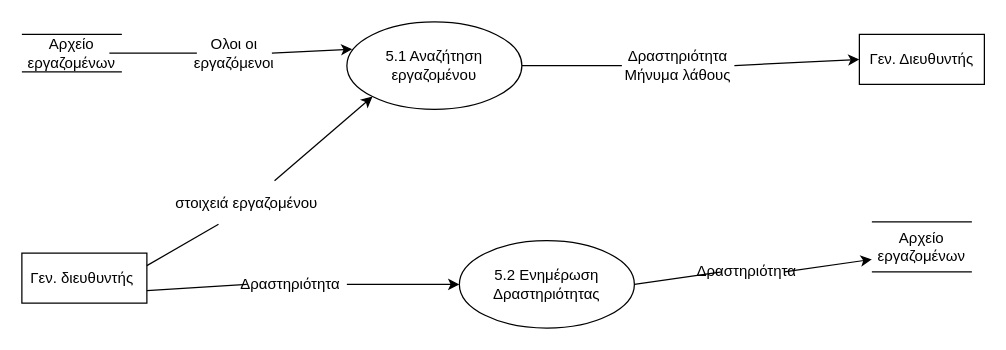
The draw.io diagram drd2a.drawio in vag4me/Information_system, before the edit. Source tidied: cells renumbered, new cells numbered last; positions are measured from the earlier drawing's top-left corner, leaving out a move shared by most shapes. Both pictures are drawn from the tidied source at 125%, with x=0, y=0 at pixel (21, 21).
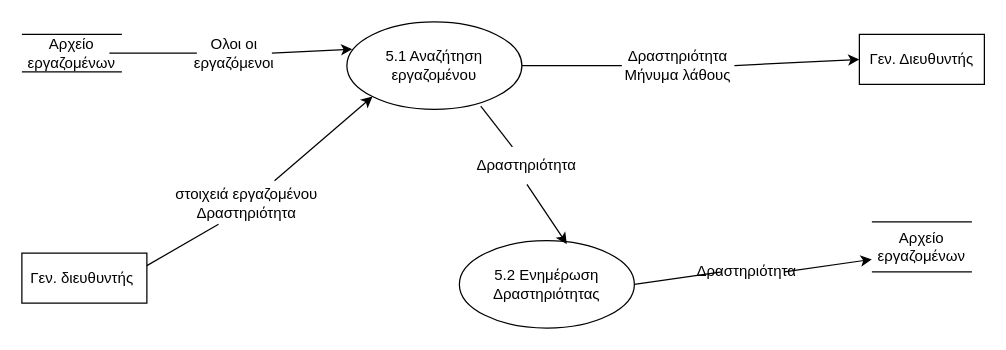
Above is the later version.

The change refers to these unchanged cells:
```xml
<mxCell id="2" value="Γεν. διευθυντής&amp;nbsp;" style="whiteSpace=wrap;html=1;align=center;" parent="1" vertex="1">
  <mxGeometry y="185" width="100" height="40" as="geometry" />
</mxCell>
<mxCell id="3" value="5.1 Αναζήτηση εργαζομένου" style="ellipse;whiteSpace=wrap;html=1;align=center;" parent="1" vertex="1">
  <mxGeometry x="260" width="140" height="70" as="geometry" />
</mxCell>
<mxCell id="4" value="5.2 Ενημέρωση Δραστηριότητας" style="ellipse;whiteSpace=wrap;html=1;align=center;" parent="1" vertex="1">
  <mxGeometry x="350" y="175" width="140" height="70" as="geometry" />
</mxCell>
```

What changed in the source:
```diff
@@
-    <mxCell id="9" value="στοιχειά εργαζομένου" style="text;html=1;strokeColor=none;fillColor=none;align=center;verticalAlign=middle;whiteSpace=wrap;rounded=0;" parent="1" vertex="1">
+    <mxCell id="9" value="στοιχειά εργαζομένου&lt;br&gt;Δραστηριότητα" style="text;html=1;strokeColor=none;fillColor=none;align=center;verticalAlign=middle;whiteSpace=wrap;rounded=0;" parent="1" vertex="1">
       <mxGeometry x="110" y="130" width="140" height="30" as="geometry" />
     </mxCell>
@@
-    <mxCell id="18" style="endArrow=none;html=1;rounded=0;entryX=1;entryY=0.75;entryDx=0;entryDy=0;" parent="1" edge="1" target="2">
-      <mxGeometry relative="1" as="geometry">
-        <mxPoint x="180" y="210" as="sourcePoint" />
-      </mxGeometry>
-    </mxCell>
-    <mxCell id="19" value="Δραστηριότητα" style="text;html=1;strokeColor=none;fillColor=none;align=center;verticalAlign=middle;whiteSpace=wrap;rounded=0;" parent="1" vertex="1">
-      <mxGeometry x="170" y="195" width="90" height="30" as="geometry" />
-    </mxCell>
-    <mxCell id="20" style="endArrow=classic;html=1;rounded=0;exitX=1;exitY=0.5;exitDx=0;exitDy=0;entryX=0;entryY=0.5;entryDx=0;entryDy=0;" parent="1" edge="1" source="19" target="4">
-      <mxGeometry relative="1" as="geometry" />
-    </mxCell>
@@
+    <mxCell id="27" style="endArrow=none;html=1;rounded=0;entryX=0.765;entryY=0.963;entryDx=0;entryDy=0;entryPerimeter=0;" parent="1" edge="1" source="19" target="3">
+      <mxGeometry relative="1" as="geometry" />
+    </mxCell>
+    <mxCell id="19" value="Δραστηριότητα" style="text;html=1;strokeColor=none;fillColor=none;align=center;verticalAlign=middle;whiteSpace=wrap;rounded=0;" parent="1" vertex="1">
+      <mxGeometry x="360" y="100" width="88.1" height="30" as="geometry" />
+    </mxCell>
+    <mxCell id="20" style="endArrow=classic;html=1;rounded=0;exitX=0.5;exitY=1;exitDx=0;exitDy=0;entryX=0.614;entryY=0.039;entryDx=0;entryDy=0;entryPerimeter=0;" parent="1" edge="1" source="19" target="4">
+      <mxGeometry relative="1" as="geometry" />
+    </mxCell>
```
